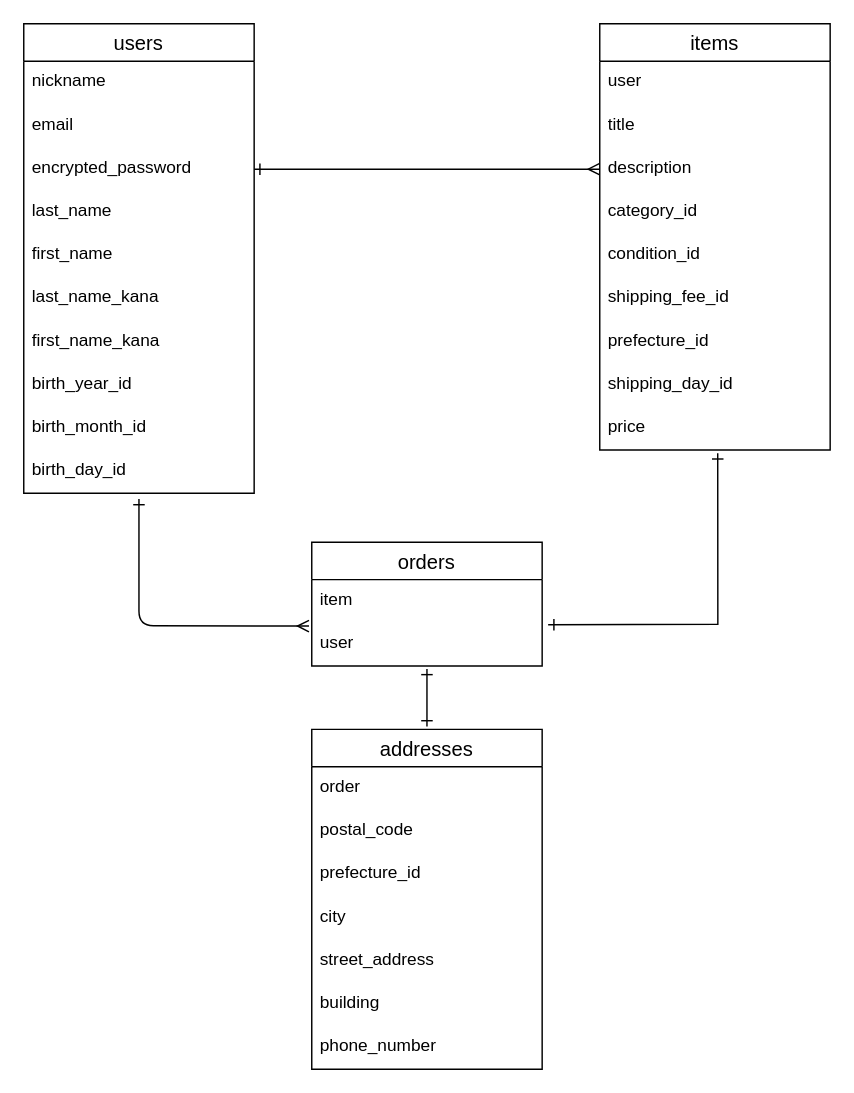
This is furuma.dio from oneplateosc/furima-40475, a draw.io file, before an edit. Source tidied: cells renumbered, new cells numbered last; positions are measured from the earlier drawing's top-left corner, leaving out a move shared by most shapes. Both pictures are drawn from the tidied source at 144%, with x=0, y=0 at pixel (23, 23).
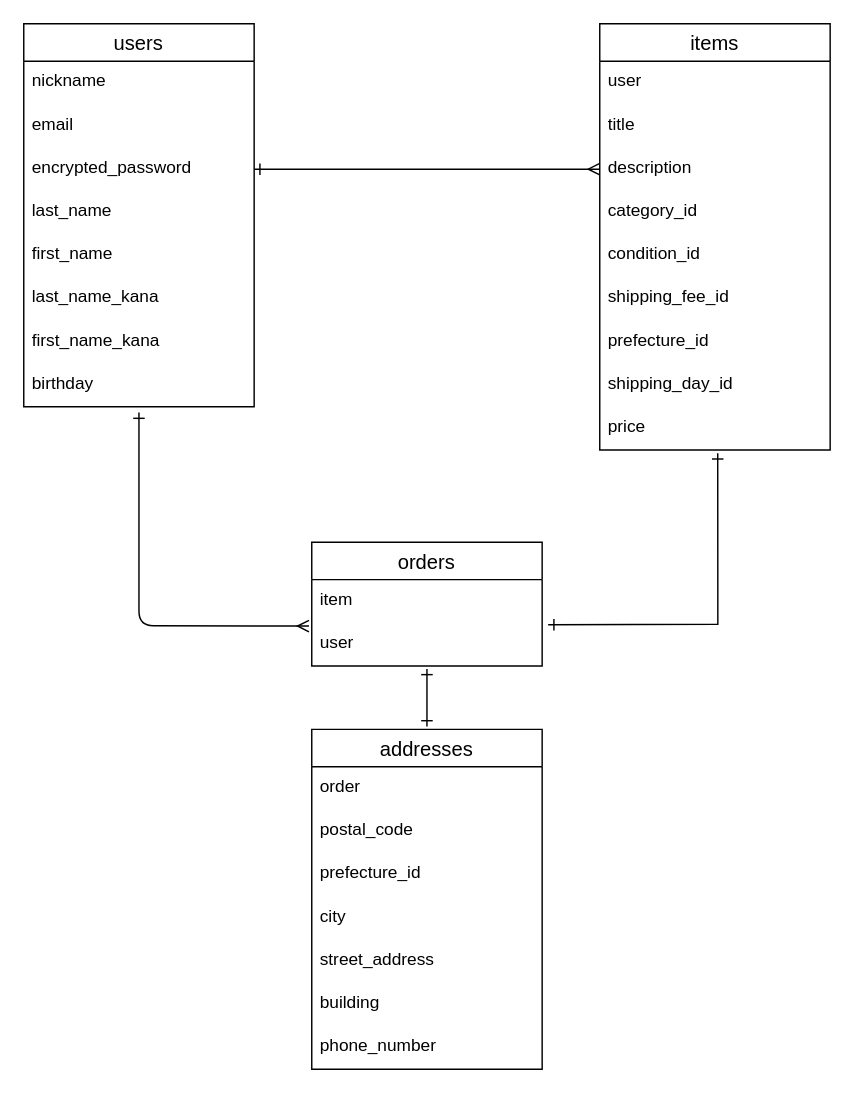
The same page after the edit.

Commit message (it also covers changes not shown here):
ER図、データベース設計4

The change refers to these unchanged cells:
```xml
<mxCell id="24" value="item" style="text;strokeColor=none;fillColor=none;spacingLeft=4;spacingRight=4;overflow=hidden;points=[[0,0.5],[1,0.5]];portConstraint=eastwest;fontSize=12;" parent="23" vertex="1">
  <mxGeometry y="26" width="160" height="30" as="geometry" />
</mxCell>
```

The edit, as a diff of the source:
```diff
@@
     <mxCell id="2" value="users" style="swimlane;fontStyle=0;horizontal=1;startSize=26;align=center;fontSize=14;" parent="1" vertex="1">
-      <mxGeometry width="160" height="326" as="geometry" />
+      <mxGeometry width="160" height="266" as="geometry" />
     </mxCell>
@@
-    <mxCell id="10" value="birth_year_id" style="text;strokeColor=none;fillColor=none;spacingLeft=4;spacingRight=4;overflow=hidden;fontSize=12;" parent="2" vertex="1">
+    <mxCell id="10" value="birthday" style="text;strokeColor=none;fillColor=none;spacingLeft=4;spacingRight=4;overflow=hidden;fontSize=12;" parent="2" vertex="1">
       <mxGeometry y="236" width="160" height="30" as="geometry" />
     </mxCell>
-    <mxCell id="11" value="birth_month_id" style="text;strokeColor=none;fillColor=none;spacingLeft=4;spacingRight=4;overflow=hidden;fontSize=12;" parent="2" vertex="1">
-      <mxGeometry y="266" width="160" height="30" as="geometry" />
-    </mxCell>
-    <mxCell id="12" value="birth_day_id" style="text;strokeColor=none;fillColor=none;spacingLeft=4;spacingRight=4;overflow=hidden;fontSize=12;" parent="2" vertex="1">
-      <mxGeometry y="296" width="160" height="30" as="geometry" />
-    </mxCell>
@@
     <mxCell id="27" style="edgeStyle=none;html=1;startArrow=ERone;startFill=0;endArrow=ERmany;endFill=0;entryX=-0.012;entryY=1.075;entryDx=0;entryDy=0;entryPerimeter=0;" parent="1" edge="1" target="24">
       <mxGeometry relative="1" as="geometry">
-        <mxPoint x="80" y="330" as="sourcePoint" />
+        <mxPoint x="80" y="270" as="sourcePoint" />
         <Array as="points">
           <mxPoint x="80" y="418" />
         </Array>
       </mxGeometry>
     </mxCell>
```
